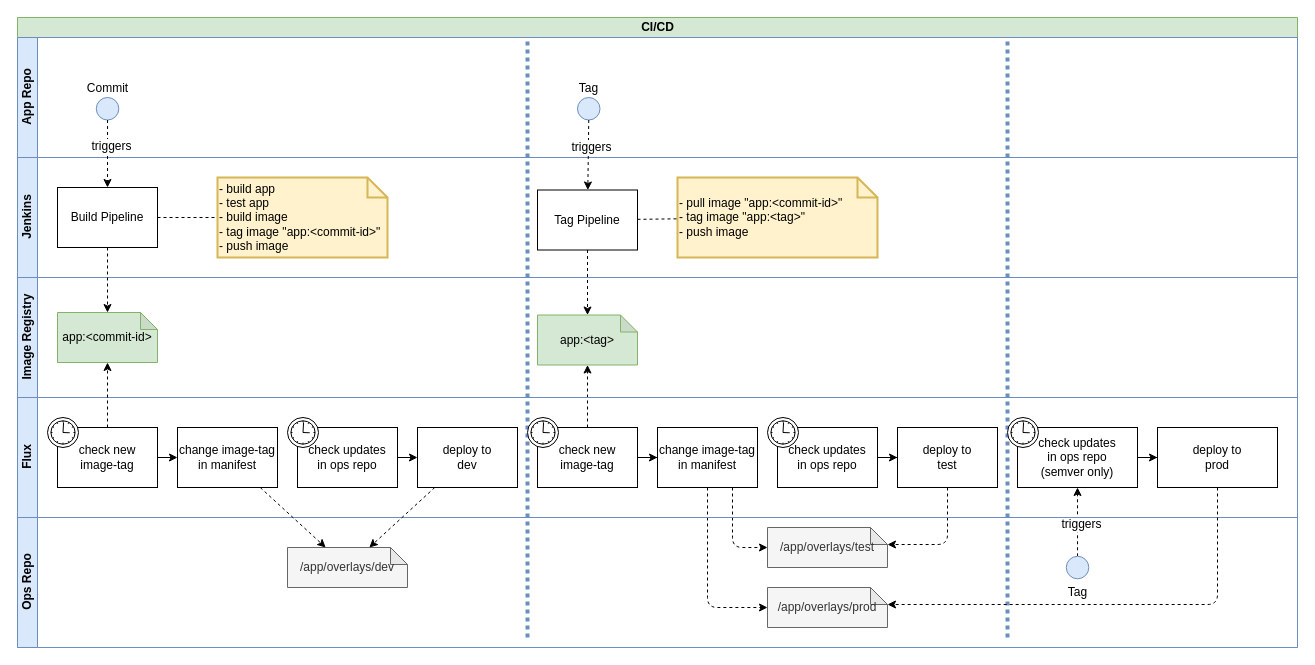
Earlier version of the draw.io diagram cicd-flow.drawio (rmh78/flux2-gitops). Source tidied: cells renumbered, new cells numbered last; positions are measured from the earlier drawing's top-left corner, leaving out a move shared by most shapes. Both pictures are drawn from the tidied source at 100%, with x=0, y=0 at pixel (17, 17).
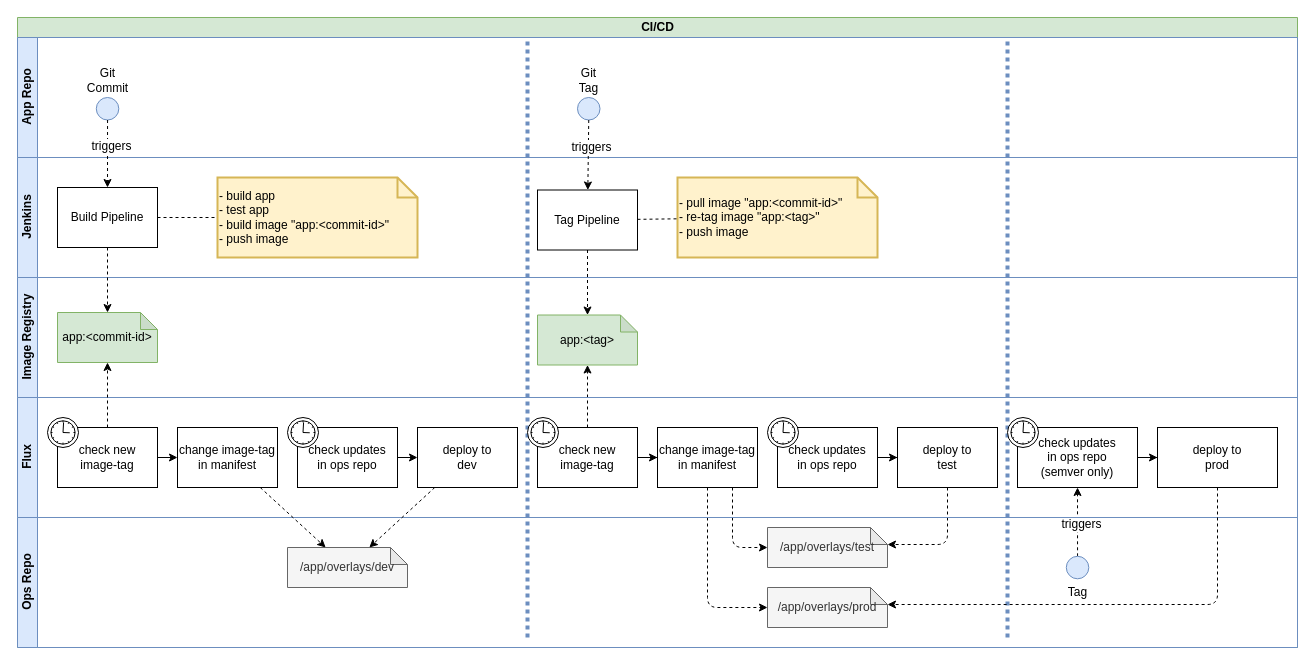
Above is the later version.

The change refers to these unchanged cells:
```xml
<mxCell id="3" value="App Repo" style="swimlane;html=1;startSize=20;horizontal=0;fillColor=#dae8fc;strokeColor=#6c8ebf;" parent="2" vertex="1">
  <mxGeometry y="20" width="1280" height="120" as="geometry" />
</mxCell>
<mxCell id="7" value="Jenkins" style="swimlane;html=1;startSize=20;horizontal=0;fillColor=#dae8fc;strokeColor=#6c8ebf;" parent="2" vertex="1">
  <mxGeometry y="140" width="1280" height="120" as="geometry" />
</mxCell>
```

Change to the diagram source:
```diff
@@
-    <mxCell id="5" value="Tag" style="ellipse;whiteSpace=wrap;html=1;labelPosition=center;verticalLabelPosition=top;align=center;verticalAlign=bottom;horizontal=1;fillColor=#dae8fc;strokeColor=#6c8ebf;" parent="3" vertex="1">
+    <mxCell id="5" value="Git&lt;br&gt;Tag" style="ellipse;whiteSpace=wrap;html=1;labelPosition=center;verticalLabelPosition=top;align=center;verticalAlign=bottom;horizontal=1;fillColor=#dae8fc;strokeColor=#6c8ebf;" parent="3" vertex="1">
       <mxGeometry x="560" y="60" width="22.5" height="22.5" as="geometry" />
     </mxCell>
-    <mxCell id="6" value="Commit" style="ellipse;whiteSpace=wrap;html=1;labelPosition=center;verticalLabelPosition=top;align=center;verticalAlign=bottom;horizontal=1;fillColor=#dae8fc;strokeColor=#6c8ebf;" parent="3" vertex="1">
+    <mxCell id="6" value="Git&lt;br&gt;Commit" style="ellipse;whiteSpace=wrap;html=1;labelPosition=center;verticalLabelPosition=top;align=center;verticalAlign=bottom;horizontal=1;fillColor=#dae8fc;strokeColor=#6c8ebf;" parent="3" vertex="1">
       <mxGeometry x="78.8" y="60" width="22.5" height="22.5" as="geometry" />
     </mxCell>
@@
-    <mxCell id="8" value="- pull image &quot;app:&amp;lt;commit-id&amp;gt;&quot;&lt;br&gt;- tag image &quot;app:&amp;lt;tag&amp;gt;&quot;&lt;br&gt;- push image" style="shape=note;strokeWidth=2;fontSize=12;size=20;whiteSpace=wrap;html=1;fillColor=#fff2cc;strokeColor=#d6b656;align=left;" parent="7" vertex="1">
+    <mxCell id="8" value="- pull image &quot;app:&amp;lt;commit-id&amp;gt;&quot;&lt;br&gt;- re-tag image &quot;app:&amp;lt;tag&amp;gt;&quot;&lt;br&gt;- push image" style="shape=note;strokeWidth=2;fontSize=12;size=20;whiteSpace=wrap;html=1;fillColor=#fff2cc;strokeColor=#d6b656;align=left;" parent="7" vertex="1">
       <mxGeometry x="660" y="20" width="200" height="80" as="geometry" />
     </mxCell>
@@
-    <mxCell id="11" value="&lt;span&gt;- build app&lt;/span&gt;&lt;br&gt;&lt;span&gt;- test app&lt;/span&gt;&lt;br&gt;&lt;span&gt;- build image&lt;br&gt;&lt;/span&gt;- tag image &quot;&lt;span style=&quot;text-align: center&quot;&gt;app:&amp;lt;commit-id&amp;gt;&quot;&lt;/span&gt;&lt;br&gt;&lt;span&gt;- push image&lt;/span&gt;" style="shape=note;strokeWidth=2;fontSize=12;size=20;whiteSpace=wrap;html=1;fillColor=#fff2cc;strokeColor=#d6b656;align=left;" parent="7" vertex="1">
-      <mxGeometry x="200" y="20" width="170" height="80" as="geometry" />
+    <mxCell id="11" value="&lt;span&gt;- build app&lt;/span&gt;&lt;br&gt;&lt;span&gt;- test app&lt;/span&gt;&lt;br&gt;&lt;span&gt;- build image&amp;nbsp;&lt;/span&gt;&quot;&lt;span style=&quot;text-align: center&quot;&gt;app:&amp;lt;commit-id&amp;gt;&quot;&lt;/span&gt;&lt;br&gt;&lt;span&gt;- push image&lt;/span&gt;" style="shape=note;strokeWidth=2;fontSize=12;size=20;whiteSpace=wrap;html=1;fillColor=#fff2cc;strokeColor=#d6b656;align=left;" parent="7" vertex="1">
+      <mxGeometry x="200" y="20" width="200" height="80" as="geometry" />
     </mxCell>
```
